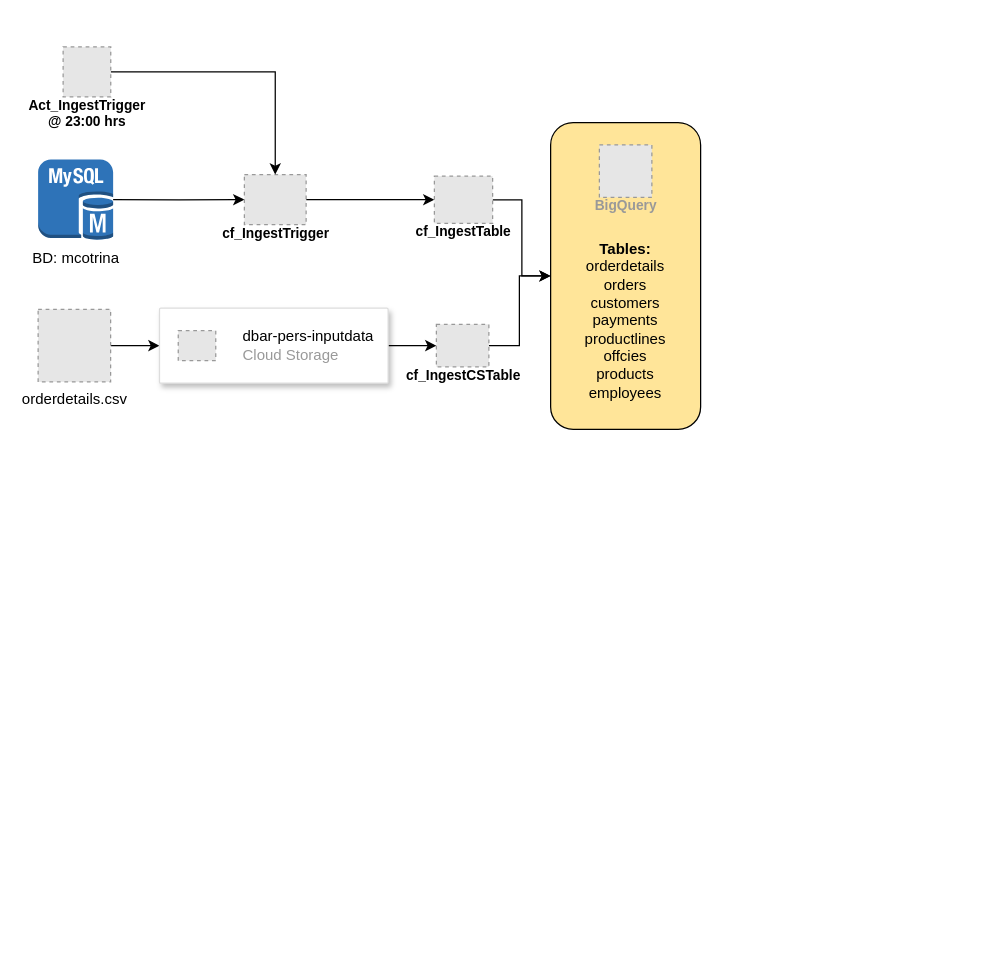
The draw.io diagram Esquema_proyecto_final.drawio in dbarretol/URP_GCP_BDyAN, before the edit. Source tidied: cells renumbered, new cells numbered last; positions are measured from the earlier drawing's top-left corner, leaving out a move shared by most shapes. Both pictures are drawn from the tidied source at 125%, with x=0, y=0 at pixel (38, 46). Pictures stored in the file or linked from it are replaced by grey dashed boxes.
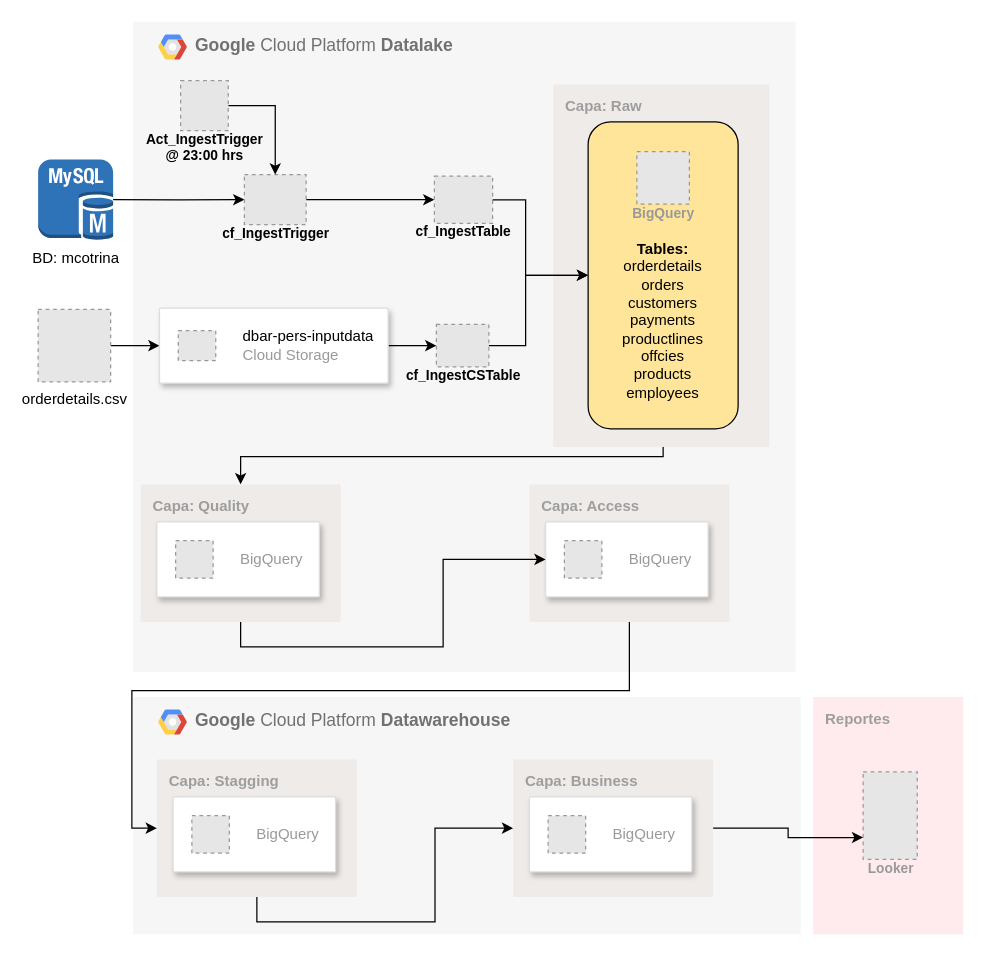
The same page after the edit.

Unchanged cells that the change refers to:
```xml
<mxCell id="11" value="&lt;font color=&quot;#000000&quot;&gt;cf_IngestTable&lt;/font&gt;" style="fillColor=#E6E6E6;strokeColor=#999999;dashed=1;html=1;verticalAlign=top;labelPosition=center;verticalLabelPosition=bottom;align=center;spacingTop=-6;fontSize=11;fontStyle=1;fontColor=#999999;" parent="1" vertex="1">
  <mxGeometry x="317" y="103.4" width="46.6" height="37.8" as="geometry" />
</mxCell>
<mxCell id="13" value="&lt;font color=&quot;#000000&quot;&gt;cf_IngestCSTable&lt;/font&gt;" style="fillColor=#E6E6E6;strokeColor=#999999;dashed=1;html=1;verticalAlign=top;labelPosition=center;verticalLabelPosition=bottom;align=center;spacingTop=-6;fontSize=11;fontStyle=1;fontColor=#999999;" parent="1" vertex="1">
  <mxGeometry x="318.6" y="222" width="42" height="34" as="geometry" />
</mxCell>
```

The edit, as a diff of the source:
```diff
@@
+    <mxCell id="20" value="&lt;b&gt;Reportes&lt;/b&gt;" style="sketch=0;rounded=1;absoluteArcSize=1;arcSize=2;html=1;strokeColor=none;gradientColor=none;shadow=0;dashed=0;fontSize=12;fontColor=#9E9E9E;align=left;verticalAlign=top;spacing=10;spacingTop=-4;whiteSpace=wrap;fillColor=#FFEBEE;" parent="1" vertex="1">
+      <mxGeometry x="620" y="520" width="120" height="190" as="geometry" />
+    </mxCell>
+    <mxCell id="21" value="&lt;b&gt;Google &lt;/b&gt;Cloud Platform &lt;b&gt;Datalake&lt;/b&gt;" style="fillColor=#F6F6F6;strokeColor=none;shadow=0;gradientColor=none;fontSize=14;align=left;spacing=10;fontColor=#717171;9E9E9E;verticalAlign=top;spacingTop=-4;fontStyle=0;spacingLeft=40;html=1;whiteSpace=wrap;" parent="1" vertex="1">
+      <mxGeometry x="76" y="-20" width="530" height="520" as="geometry" />
+    </mxCell>
+    <mxCell id="22" style="shape=mxgraph.gcp2.google_cloud_platform;fillColor=#F6F6F6;strokeColor=none;shadow=0;gradientColor=none;" parent="21" vertex="1">
+      <mxGeometry width="23" height="20" relative="1" as="geometry">
+        <mxPoint x="20" y="10" as="offset" />
+      </mxGeometry>
+    </mxCell>
@@
     <mxCell id="9" value="&lt;font color=&quot;#000000&quot;&gt;Act_IngestTrigger&lt;/font&gt;&lt;div&gt;&lt;font color=&quot;#000000&quot;&gt;@ 23:00 hrs&lt;/font&gt;&lt;/div&gt;" style="fillColor=#E6E6E6;strokeColor=#999999;dashed=1;html=1;verticalAlign=top;labelPosition=center;verticalLabelPosition=bottom;align=center;spacingTop=-6;fontSize=11;fontStyle=1;fontColor=#999999;" parent="1" vertex="1">
-      <mxGeometry x="20" width="38.1" height="40" as="geometry" />
+      <mxGeometry x="114" y="27" width="38.1" height="40" as="geometry" />
     </mxCell>
-    <mxCell id="10" style="edgeStyle=elbowEdgeStyle;rounded=0;jettySize=auto;html=1;exitX=1;exitY=0.5;exitDx=0;exitDy=0;entryX=0;entryY=0.5;entryDx=0;entryDy=0;" parent="1" edge="1" source="11" target="18">
-      <mxGeometry relative="1" as="geometry" />
-    </mxCell>
@@
-    <mxCell id="12" style="edgeStyle=elbowEdgeStyle;rounded=0;jettySize=auto;html=1;exitX=1;exitY=0.5;exitDx=0;exitDy=0;" parent="1" edge="1" source="13" target="18">
-      <mxGeometry relative="1" as="geometry" />
-    </mxCell>
@@
-    <mxCell id="17" style="group;" parent="1" vertex="1">
-      <mxGeometry x="410" y="60.5" width="120" height="245.5" as="geometry" />
-    </mxCell>
+    <mxCell id="23" style="group;" parent="1" vertex="1">
+      <mxGeometry x="82" y="350" width="160" height="110" as="geometry" />
+    </mxCell>
+    <mxCell id="24" value="&lt;b&gt;Capa: Quality&lt;/b&gt;" style="sketch=0;points=[[0,0,0],[0.25,0,0],[0.5,0,0],[0.75,0,0],[1,0,0],[1,0.25,0],[1,0.5,0],[1,0.75,0],[1,1,0],[0.75,1,0],[0.5,1,0],[0.25,1,0],[0,1,0],[0,0.75,0],[0,0.5,0],[0,0.25,0]];rounded=1;absoluteArcSize=1;arcSize=2;html=1;strokeColor=none;gradientColor=none;shadow=0;dashed=0;fontSize=12;fontColor=#9E9E9E;align=left;verticalAlign=top;spacing=10;spacingTop=-4;whiteSpace=wrap;fillColor=#EFEBE9;" parent="23" vertex="1">
+      <mxGeometry width="160" height="110" as="geometry" />
+    </mxCell>
+    <mxCell id="25" style="strokeColor=#dddddd;shadow=1;strokeWidth=1;rounded=1;absoluteArcSize=1;arcSize=2;" parent="23" vertex="1">
+      <mxGeometry x="13" y="30" width="130" height="60" as="geometry" />
+    </mxCell>
+    <mxCell id="26" value="BigQuery" style="fillColor=#E6E6E6;strokeColor=#999999;dashed=1;html=1;fontColor=#999999;verticalLabelPosition=middle;verticalAlign=middle;labelPosition=right;align=left;spacingLeft=20;" parent="25" vertex="1">
+      <mxGeometry width="30" height="30" relative="1" as="geometry">
+        <mxPoint x="15" y="15" as="offset" />
+      </mxGeometry>
+    </mxCell>
+    <mxCell id="27" style="group;" parent="1" vertex="1">
+      <mxGeometry x="393" y="350" width="160" height="110" as="geometry" />
+    </mxCell>
+    <mxCell id="28" value="&lt;b&gt;Capa: Access&lt;/b&gt;" style="sketch=0;points=[[0,0,0],[0.25,0,0],[0.5,0,0],[0.75,0,0],[1,0,0],[1,0.25,0],[1,0.5,0],[1,0.75,0],[1,1,0],[0.75,1,0],[0.5,1,0],[0.25,1,0],[0,1,0],[0,0.75,0],[0,0.5,0],[0,0.25,0]];rounded=1;absoluteArcSize=1;arcSize=2;html=1;strokeColor=none;gradientColor=none;shadow=0;dashed=0;fontSize=12;fontColor=#9E9E9E;align=left;verticalAlign=top;spacing=10;spacingTop=-4;whiteSpace=wrap;fillColor=#EFEBE9;" parent="27" vertex="1">
+      <mxGeometry width="160" height="110" as="geometry" />
+    </mxCell>
+    <mxCell id="29" style="strokeColor=#dddddd;shadow=1;strokeWidth=1;rounded=1;absoluteArcSize=1;arcSize=2;" parent="27" vertex="1">
+      <mxGeometry x="13" y="30" width="130" height="60" as="geometry" />
+    </mxCell>
+    <mxCell id="30" value="BigQuery" style="fillColor=#E6E6E6;strokeColor=#999999;dashed=1;html=1;fontColor=#999999;verticalLabelPosition=middle;verticalAlign=middle;labelPosition=right;align=left;spacingLeft=20;" parent="29" vertex="1">
+      <mxGeometry width="30" height="30" relative="1" as="geometry">
+        <mxPoint x="15" y="15" as="offset" />
+      </mxGeometry>
+    </mxCell>
+    <mxCell id="31" style="edgeStyle=orthogonalEdgeStyle;rounded=0;jettySize=auto;html=1;exitX=0.5;exitY=1;exitDx=0;exitDy=0;exitPerimeter=0;entryX=0;entryY=0.5;entryDx=0;entryDy=0;" parent="1" edge="1" source="24" target="29">
+      <mxGeometry relative="1" as="geometry" />
+    </mxCell>
+    <mxCell id="32" style="edgeStyle=orthogonalEdgeStyle;rounded=0;jettySize=auto;html=1;exitX=0.5;exitY=1;exitDx=0;exitDy=0;entryX=0.5;entryY=0;entryDx=0;entryDy=0;entryPerimeter=0;" parent="1" edge="1" source="18" target="24">
+      <mxGeometry relative="1" as="geometry" />
+    </mxCell>
+    <mxCell id="33" style="group;" parent="1" vertex="1">
+      <mxGeometry x="440" y="60" width="142" height="260" as="geometry" />
+    </mxCell>
+    <mxCell id="34" style="edgeStyle=elbowEdgeStyle;rounded=0;orthogonalLoop=1;jettySize=auto;html=1;exitX=1;exitY=0.5;exitDx=0;exitDy=0;" parent="33" edge="1">
+      <mxGeometry relative="1" as="geometry">
+        <mxPoint x="142" y="235" as="sourcePoint" />
+        <mxPoint x="142" y="235" as="targetPoint" />
+      </mxGeometry>
+    </mxCell>
+    <mxCell id="35" style="group;" parent="33" vertex="1">
+      <mxGeometry width="133" height="260" as="geometry" />
+    </mxCell>
+    <mxCell id="36" value="&lt;b&gt;Capa: Raw&lt;/b&gt;" style="sketch=0;rounded=1;absoluteArcSize=1;arcSize=2;html=1;strokeColor=none;gradientColor=none;shadow=0;dashed=0;fontSize=12;fontColor=#9E9E9E;align=left;verticalAlign=top;spacing=10;spacingTop=-4;whiteSpace=wrap;fillColor=#EFEBE9;" parent="35" vertex="1">
+      <mxGeometry x="-28" y="-30" width="173" height="290" as="geometry" />
+    </mxCell>
-    <mxCell id="18" value="&lt;div&gt;&lt;br&gt;&lt;/div&gt;&lt;div&gt;&lt;br&gt;&lt;/div&gt;&lt;div&gt;&lt;br&gt;&lt;/div&gt;&lt;div&gt;&lt;br&gt;&lt;/div&gt;&lt;div&gt;&lt;br&gt;&lt;/div&gt;&lt;div&gt;&lt;b style=&quot;background-color: initial;&quot;&gt;Tables:&lt;/b&gt;&lt;br&gt;&lt;/div&gt;&lt;div&gt;orderdetails&lt;div&gt;orders&lt;/div&gt;&lt;div&gt;customers&lt;/div&gt;&lt;div&gt;payments&lt;/div&gt;&lt;/div&gt;&lt;div&gt;productlines&lt;/div&gt;&lt;div&gt;offcies&lt;/div&gt;&lt;div&gt;products&lt;/div&gt;&lt;div&gt;employees&lt;/div&gt;" style="rounded=1;whiteSpace=wrap;html=1;imageVerticalAlign=middle;fillColor=#FFE599;align=center;" parent="17" vertex="1">
+    <mxCell id="18" value="&lt;div&gt;&lt;br&gt;&lt;/div&gt;&lt;div&gt;&lt;br&gt;&lt;/div&gt;&lt;div&gt;&lt;br&gt;&lt;/div&gt;&lt;div&gt;&lt;br&gt;&lt;/div&gt;&lt;div&gt;&lt;br&gt;&lt;/div&gt;&lt;div&gt;&lt;b style=&quot;background-color: initial;&quot;&gt;Tables:&lt;/b&gt;&lt;br&gt;&lt;/div&gt;&lt;div&gt;orderdetails&lt;div&gt;orders&lt;/div&gt;&lt;div&gt;customers&lt;/div&gt;&lt;div&gt;payments&lt;/div&gt;&lt;/div&gt;&lt;div&gt;productlines&lt;/div&gt;&lt;div&gt;offcies&lt;/div&gt;&lt;div&gt;products&lt;/div&gt;&lt;div&gt;employees&lt;/div&gt;" style="rounded=1;whiteSpace=wrap;html=1;imageVerticalAlign=middle;fillColor=#FFE599;align=center;" parent="35" vertex="1">
       <mxGeometry width="120" height="245.5" as="geometry" />
     </mxCell>
-    <mxCell id="19" value="BigQuery" style="fillColor=#E6E6E6;strokeColor=#999999;dashed=1;html=1;verticalAlign=top;labelPosition=center;verticalLabelPosition=bottom;align=center;spacingTop=-6;fontSize=11;fontStyle=1;fontColor=#999999;" parent="17" vertex="1">
-      <mxGeometry x="39" y="17.9" width="42" height="42" as="geometry" />
+    <mxCell id="19" value="BigQuery" style="fillColor=#E6E6E6;strokeColor=#999999;dashed=1;html=1;verticalAlign=top;labelPosition=center;verticalLabelPosition=bottom;align=center;spacingTop=-6;fontSize=11;fontStyle=1;fontColor=#999999;" parent="35" vertex="1">
+      <mxGeometry x="39" y="23.8" width="42" height="42" as="geometry" />
     </mxCell>
+    <mxCell id="10" style="edgeStyle=elbowEdgeStyle;rounded=0;jettySize=auto;html=1;exitX=1;exitY=0.5;exitDx=0;exitDy=0;entryX=0;entryY=0.5;entryDx=0;entryDy=0;" parent="1" edge="1" source="11" target="18">
+      <mxGeometry relative="1" as="geometry">
+        <Array as="points">
+          <mxPoint x="390" y="150" />
+        </Array>
+      </mxGeometry>
+    </mxCell>
+    <mxCell id="12" style="edgeStyle=elbowEdgeStyle;rounded=0;jettySize=auto;html=1;exitX=1;exitY=0.5;exitDx=0;exitDy=0;entryX=0;entryY=0.5;entryDx=0;entryDy=0;" parent="1" edge="1" source="13" target="18">
+      <mxGeometry relative="1" as="geometry">
+        <Array as="points">
+          <mxPoint x="390" y="210" />
+        </Array>
+      </mxGeometry>
+    </mxCell>
+    <mxCell id="37" value="&lt;b&gt;Google &lt;/b&gt;Cloud Platform &lt;b&gt;Datawarehouse&lt;/b&gt;" style="fillColor=#F6F6F6;strokeColor=none;shadow=0;gradientColor=none;fontSize=14;align=left;spacing=10;fontColor=#717171;9E9E9E;verticalAlign=top;spacingTop=-4;fontStyle=0;spacingLeft=40;html=1;whiteSpace=wrap;" parent="1" vertex="1">
+      <mxGeometry x="76" y="520" width="534" height="190" as="geometry" />
+    </mxCell>
+    <mxCell id="38" style="shape=mxgraph.gcp2.google_cloud_platform;fillColor=#F6F6F6;strokeColor=none;shadow=0;gradientColor=none;" parent="37" vertex="1">
+      <mxGeometry width="23" height="20" relative="1" as="geometry">
+        <mxPoint x="20" y="10" as="offset" />
+      </mxGeometry>
+    </mxCell>
+    <mxCell id="39" style="group;" parent="37" vertex="1">
+      <mxGeometry x="19" y="50" width="160" height="110" as="geometry" />
+    </mxCell>
+    <mxCell id="40" value="&lt;b&gt;Capa: Stagging&lt;/b&gt;" style="sketch=0;points=[[0,0,0],[0.25,0,0],[0.5,0,0],[0.75,0,0],[1,0,0],[1,0.25,0],[1,0.5,0],[1,0.75,0],[1,1,0],[0.75,1,0],[0.5,1,0],[0.25,1,0],[0,1,0],[0,0.75,0],[0,0.5,0],[0,0.25,0]];rounded=1;absoluteArcSize=1;arcSize=2;html=1;strokeColor=none;gradientColor=none;shadow=0;dashed=0;fontSize=12;fontColor=#9E9E9E;align=left;verticalAlign=top;spacing=10;spacingTop=-4;whiteSpace=wrap;fillColor=#EFEBE9;" parent="39" vertex="1">
+      <mxGeometry width="160" height="110" as="geometry" />
+    </mxCell>
+    <mxCell id="41" style="strokeColor=#dddddd;shadow=1;strokeWidth=1;rounded=1;absoluteArcSize=1;arcSize=2;" parent="39" vertex="1">
+      <mxGeometry x="13" y="30" width="130" height="60" as="geometry" />
+    </mxCell>
+    <mxCell id="42" value="BigQuery" style="fillColor=#E6E6E6;strokeColor=#999999;dashed=1;html=1;fontColor=#999999;verticalLabelPosition=middle;verticalAlign=middle;labelPosition=right;align=left;spacingLeft=20;" parent="41" vertex="1">
+      <mxGeometry width="30" height="30" relative="1" as="geometry">
+        <mxPoint x="15" y="15" as="offset" />
+      </mxGeometry>
+    </mxCell>
+    <mxCell id="43" style="group;" parent="37" vertex="1">
+      <mxGeometry x="304" y="50" width="160" height="110" as="geometry" />
+    </mxCell>
+    <mxCell id="44" value="&lt;b&gt;Capa: Business&lt;/b&gt;" style="sketch=0;points=[[0,0,0],[0.25,0,0],[0.5,0,0],[0.75,0,0],[1,0,0],[1,0.25,0],[1,0.5,0],[1,0.75,0],[1,1,0],[0.75,1,0],[0.5,1,0],[0.25,1,0],[0,1,0],[0,0.75,0],[0,0.5,0],[0,0.25,0]];rounded=1;absoluteArcSize=1;arcSize=2;html=1;strokeColor=none;gradientColor=none;shadow=0;dashed=0;fontSize=12;fontColor=#9E9E9E;align=left;verticalAlign=top;spacing=10;spacingTop=-4;whiteSpace=wrap;fillColor=#EFEBE9;" parent="43" vertex="1">
+      <mxGeometry width="160" height="110" as="geometry" />
+    </mxCell>
+    <mxCell id="45" style="strokeColor=#dddddd;shadow=1;strokeWidth=1;rounded=1;absoluteArcSize=1;arcSize=2;" parent="43" vertex="1">
+      <mxGeometry x="13" y="30" width="130" height="60" as="geometry" />
+    </mxCell>
+    <mxCell id="46" value="BigQuery" style="fillColor=#E6E6E6;strokeColor=#999999;dashed=1;html=1;fontColor=#999999;verticalLabelPosition=middle;verticalAlign=middle;labelPosition=right;align=left;spacingLeft=20;" parent="45" vertex="1">
+      <mxGeometry width="30" height="30" relative="1" as="geometry">
+        <mxPoint x="15" y="15" as="offset" />
+      </mxGeometry>
+    </mxCell>
+    <mxCell id="47" style="edgeStyle=orthogonalEdgeStyle;rounded=0;jettySize=auto;html=1;exitX=0.5;exitY=1;exitDx=0;exitDy=0;exitPerimeter=0;entryX=0;entryY=0.5;entryDx=0;entryDy=0;entryPerimeter=0;" parent="37" edge="1" source="40" target="44">
+      <mxGeometry relative="1" as="geometry" />
+    </mxCell>
+    <mxCell id="48" value="Looker" style="fillColor=#E6E6E6;strokeColor=#999999;dashed=1;html=1;verticalAlign=top;labelPosition=center;verticalLabelPosition=bottom;align=center;spacingTop=-6;fontSize=11;fontStyle=1;fontColor=#999999;" parent="1" vertex="1">
+      <mxGeometry x="660" y="580" width="43.3" height="70" as="geometry" />
+    </mxCell>
+    <mxCell id="49" style="edgeStyle=orthogonalEdgeStyle;rounded=0;jettySize=auto;html=1;exitX=0.5;exitY=1;exitDx=0;exitDy=0;exitPerimeter=0;entryX=0;entryY=0.5;entryDx=0;entryDy=0;entryPerimeter=0;" parent="1" edge="1" source="28" target="40">
+      <mxGeometry relative="1" as="geometry" />
+    </mxCell>
+    <mxCell id="50" style="edgeStyle=orthogonalEdgeStyle;rounded=0;jettySize=auto;html=1;exitX=1;exitY=0.5;exitDx=0;exitDy=0;exitPerimeter=0;entryX=0;entryY=0.75;entryDx=0;entryDy=0;" parent="1" edge="1" source="44" target="48">
+      <mxGeometry relative="1" as="geometry" />
+    </mxCell>
```
